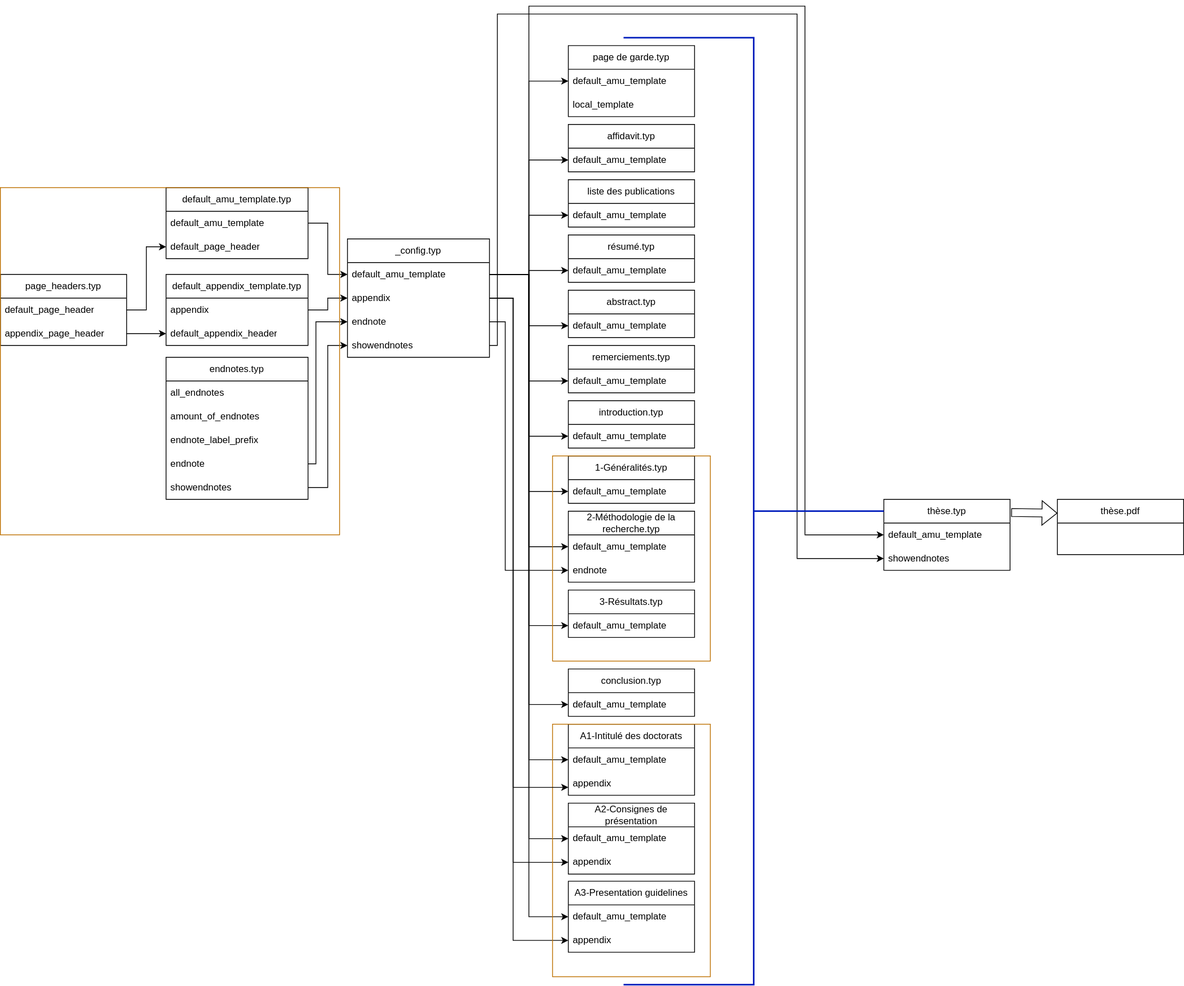
Above: drawio_diagrams/dependancies.drawio.svg in pbag47/typst-modele-these-amu (draw.io), before the change. Source tidied: cells renumbered, new cells last; positions are measured from the earlier drawing's top-left corner, leaving out a move shared by most shapes.
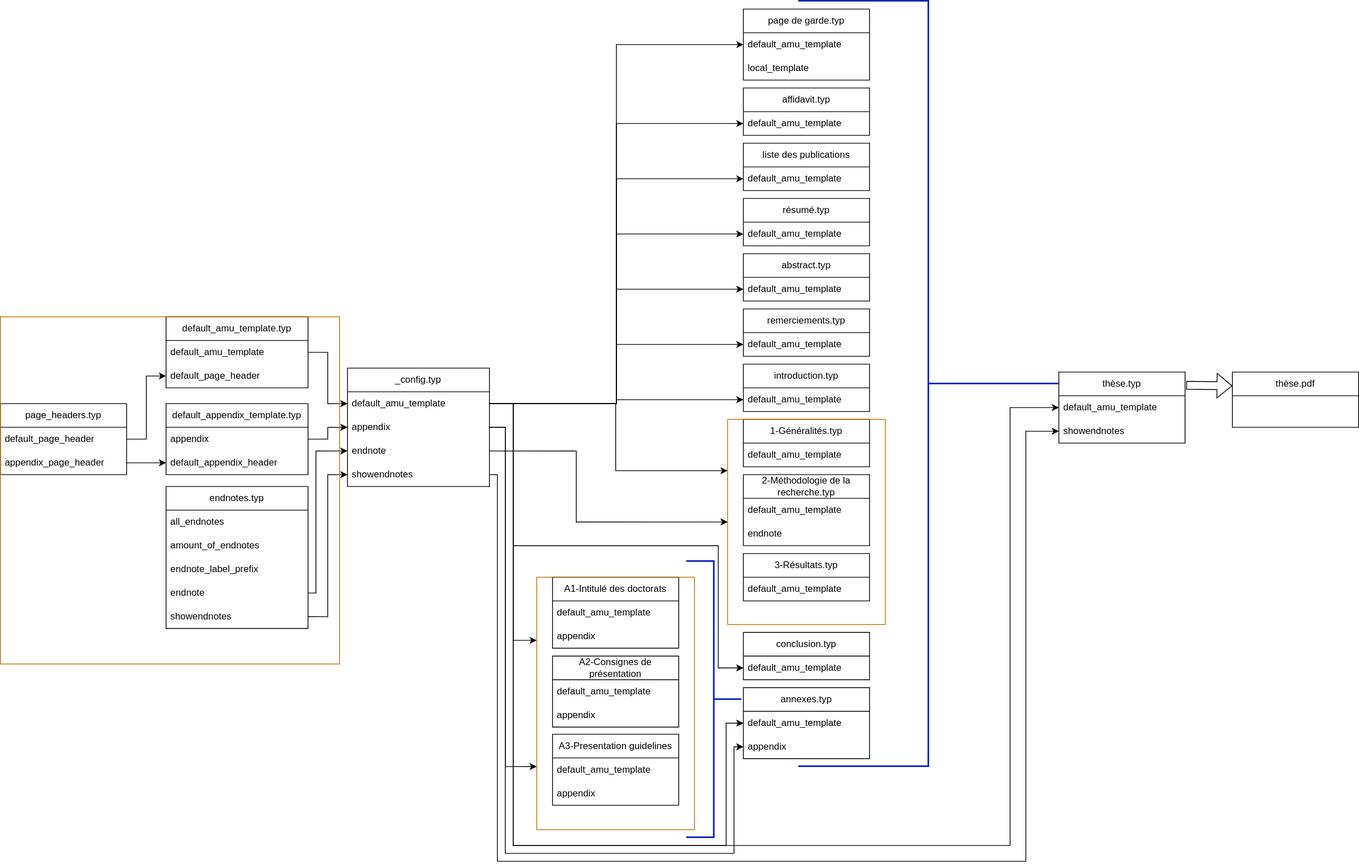
The same file after the commit.

The edit, as a diff of the source:
```diff
@@ -5,3 +5,3 @@
     <mxCell id="2" value="endnotes.typ" style="swimlane;fontStyle=0;horizontal=1;startSize=30;whiteSpace=wrap;html=1;" parent="1" vertex="1">
-      <mxGeometry x="210" y="445" width="180" height="180" as="geometry" />
+      <mxGeometry x="-12" y="655" width="180" height="180" as="geometry" />
     </mxCell>
@@ -23,3 +23,3 @@
     <mxCell id="8" value="default_amu_template.typ" style="swimlane;fontStyle=0;horizontal=1;startSize=30;whiteSpace=wrap;html=1;" parent="1" vertex="1">
-      <mxGeometry x="210" y="230" width="180" height="90" as="geometry" />
+      <mxGeometry x="-12" y="440" width="180" height="90" as="geometry" />
     </mxCell>
@@ -32,3 +32,3 @@
     <mxCell id="11" value="page_headers.typ" style="swimlane;fontStyle=0;horizontal=1;startSize=30;whiteSpace=wrap;html=1;" parent="1" vertex="1">
-      <mxGeometry y="340" width="160" height="90" as="geometry" />
+      <mxGeometry x="-222" y="550" width="160" height="90" as="geometry" />
     </mxCell>
@@ -41,3 +41,3 @@
     <mxCell id="14" value="default_appendix_template.typ" style="swimlane;fontStyle=0;horizontal=1;startSize=30;whiteSpace=wrap;html=1;" parent="1" vertex="1">
-      <mxGeometry x="210" y="340" width="180" height="90" as="geometry" />
+      <mxGeometry x="-12" y="550" width="180" height="90" as="geometry" />
     </mxCell>
@@ -56,3 +56,3 @@
     <mxCell id="19" value="_config.typ" style="swimlane;fontStyle=0;horizontal=1;startSize=30;whiteSpace=wrap;html=1;" parent="1" vertex="1">
-      <mxGeometry x="440" y="295" width="180" height="150" as="geometry" />
+      <mxGeometry x="218" y="505" width="180" height="150" as="geometry" />
     </mxCell>
@@ -85,5 +85,2 @@
     </mxCell>
-    <mxCell id="29" style="edgeStyle=orthogonalEdgeStyle;rounded=0;jettySize=auto;html=1;exitX=1;exitY=0.5;exitDx=0;exitDy=0;entryX=0;entryY=0.5;entryDx=0;entryDy=0;" parent="1" edge="1" source="20" target="27">
-      <mxGeometry relative="1" as="geometry" />
-    </mxCell>
     <mxCell id="30" value="affidavit.typ" style="swimlane;fontStyle=0;horizontal=1;startSize=30;whiteSpace=wrap;html=1;" parent="1" vertex="1">
@@ -152,3 +149,3 @@
     <mxCell id="51" value="A1-Intitulé des doctorats" style="swimlane;fontStyle=0;horizontal=1;startSize=30;whiteSpace=wrap;html=1;" parent="1" vertex="1">
-      <mxGeometry x="720" y="910" width="160" height="90" as="geometry" />
+      <mxGeometry x="478" y="770" width="160" height="90" as="geometry" />
     </mxCell>
@@ -161,3 +158,3 @@
     <mxCell id="54" value="A2-Consignes de présentation" style="swimlane;fontStyle=0;horizontal=1;startSize=30;whiteSpace=wrap;html=1;" parent="1" vertex="1">
-      <mxGeometry x="720" y="1010" width="160" height="90" as="geometry" />
+      <mxGeometry x="478" y="870" width="160" height="90" as="geometry" />
     </mxCell>
@@ -170,3 +167,3 @@
     <mxCell id="57" value="A3-Presentation guidelines" style="swimlane;fontStyle=0;horizontal=1;startSize=30;whiteSpace=wrap;html=1;" parent="1" vertex="1">
-      <mxGeometry x="720" y="1109" width="160" height="90" as="geometry" />
+      <mxGeometry x="478" y="969" width="160" height="90" as="geometry" />
     </mxCell>
@@ -178,82 +175,4 @@
     </mxCell>
-    <mxCell id="60" style="edgeStyle=orthogonalEdgeStyle;rounded=0;jettySize=auto;html=1;exitX=1;exitY=0.5;exitDx=0;exitDy=0;entryX=0;entryY=0.5;entryDx=0;entryDy=0;" parent="1" edge="1" source="20" target="31">
-      <mxGeometry relative="1" as="geometry" />
-    </mxCell>
-    <mxCell id="61" style="edgeStyle=orthogonalEdgeStyle;rounded=0;jettySize=auto;html=1;exitX=1;exitY=0.5;exitDx=0;exitDy=0;entryX=0;entryY=0.5;entryDx=0;entryDy=0;" parent="1" edge="1" source="20" target="33">
-      <mxGeometry relative="1" as="geometry" />
-    </mxCell>
-    <mxCell id="62" style="edgeStyle=orthogonalEdgeStyle;rounded=0;jettySize=auto;html=1;exitX=1;exitY=0.5;exitDx=0;exitDy=0;entryX=0;entryY=0.5;entryDx=0;entryDy=0;" parent="1" edge="1" source="20" target="58">
-      <mxGeometry relative="1" as="geometry">
-        <Array as="points">
-          <mxPoint x="670" y="340" />
-          <mxPoint x="670" y="1154" />
-        </Array>
-      </mxGeometry>
-    </mxCell>
-    <mxCell id="63" style="edgeStyle=orthogonalEdgeStyle;rounded=0;jettySize=auto;html=1;exitX=1;exitY=0.5;exitDx=0;exitDy=0;entryX=0;entryY=0.5;entryDx=0;entryDy=0;" parent="1" edge="1" source="20" target="55">
-      <mxGeometry relative="1" as="geometry">
-        <Array as="points">
-          <mxPoint x="670" y="340" />
-          <mxPoint x="670" y="1055" />
-        </Array>
-      </mxGeometry>
-    </mxCell>
-    <mxCell id="64" style="edgeStyle=orthogonalEdgeStyle;rounded=0;jettySize=auto;html=1;exitX=1;exitY=0.5;exitDx=0;exitDy=0;entryX=0;entryY=0.5;entryDx=0;entryDy=0;" parent="1" edge="1" source="20" target="52">
-      <mxGeometry relative="1" as="geometry">
-        <Array as="points">
-          <mxPoint x="670" y="340" />
-          <mxPoint x="670" y="955" />
-        </Array>
-      </mxGeometry>
-    </mxCell>
-    <mxCell id="65" style="edgeStyle=orthogonalEdgeStyle;rounded=0;jettySize=auto;html=1;exitX=1;exitY=0.5;exitDx=0;exitDy=0;entryX=0;entryY=0.5;entryDx=0;entryDy=0;" parent="1" edge="1" source="20" target="50">
-      <mxGeometry relative="1" as="geometry" />
-    </mxCell>
-    <mxCell id="66" style="edgeStyle=orthogonalEdgeStyle;rounded=0;jettySize=auto;html=1;exitX=1;exitY=0.5;exitDx=0;exitDy=0;entryX=0;entryY=0.5;entryDx=0;entryDy=0;" parent="1" edge="1" source="20" target="48">
-      <mxGeometry relative="1" as="geometry" />
-    </mxCell>
-    <mxCell id="67" style="edgeStyle=orthogonalEdgeStyle;rounded=0;jettySize=auto;html=1;exitX=1;exitY=0.5;exitDx=0;exitDy=0;entryX=0;entryY=0.5;entryDx=0;entryDy=0;" parent="1" edge="1" source="20" target="45">
-      <mxGeometry relative="1" as="geometry" />
-    </mxCell>
-    <mxCell id="68" style="edgeStyle=orthogonalEdgeStyle;rounded=0;jettySize=auto;html=1;exitX=1;exitY=0.5;exitDx=0;exitDy=0;entryX=0;entryY=0.5;entryDx=0;entryDy=0;" parent="1" edge="1" source="20" target="43">
-      <mxGeometry relative="1" as="geometry" />
-    </mxCell>
-    <mxCell id="69" style="edgeStyle=orthogonalEdgeStyle;rounded=0;jettySize=auto;html=1;exitX=1;exitY=0.5;exitDx=0;exitDy=0;entryX=0;entryY=0.5;entryDx=0;entryDy=0;" parent="1" edge="1" source="20" target="41">
-      <mxGeometry relative="1" as="geometry" />
-    </mxCell>
-    <mxCell id="70" style="edgeStyle=orthogonalEdgeStyle;rounded=0;jettySize=auto;html=1;exitX=1;exitY=0.5;exitDx=0;exitDy=0;entryX=0;entryY=0.5;entryDx=0;entryDy=0;" parent="1" edge="1" source="20" target="39">
-      <mxGeometry relative="1" as="geometry" />
-    </mxCell>
-    <mxCell id="71" style="edgeStyle=orthogonalEdgeStyle;rounded=0;jettySize=auto;html=1;exitX=1;exitY=0.5;exitDx=0;exitDy=0;entryX=0;entryY=0.5;entryDx=0;entryDy=0;" parent="1" edge="1" source="20" target="37">
-      <mxGeometry relative="1" as="geometry" />
-    </mxCell>
-    <mxCell id="72" style="edgeStyle=orthogonalEdgeStyle;rounded=0;jettySize=auto;html=1;exitX=1;exitY=0.5;exitDx=0;exitDy=0;entryX=0;entryY=0.5;entryDx=0;entryDy=0;" parent="1" edge="1" source="20" target="35">
-      <mxGeometry relative="1" as="geometry" />
-    </mxCell>
-    <mxCell id="73" style="edgeStyle=orthogonalEdgeStyle;rounded=0;jettySize=auto;html=1;exitX=1;exitY=0.5;exitDx=0;exitDy=0;entryX=0;entryY=0.5;entryDx=0;entryDy=0;" parent="1" edge="1" source="21" target="56">
-      <mxGeometry relative="1" as="geometry">
-        <Array as="points">
-          <mxPoint x="650" y="370" />
-          <mxPoint x="650" y="1085" />
-        </Array>
-      </mxGeometry>
-    </mxCell>
-    <mxCell id="74" style="edgeStyle=orthogonalEdgeStyle;rounded=0;jettySize=auto;html=1;exitX=1;exitY=0.5;exitDx=0;exitDy=0;entryX=0;entryY=0.5;entryDx=0;entryDy=0;" parent="1" edge="1" source="21" target="59">
-      <mxGeometry relative="1" as="geometry">
-        <Array as="points">
-          <mxPoint x="650" y="370" />
-          <mxPoint x="650" y="1184" />
-        </Array>
-      </mxGeometry>
-    </mxCell>
-    <mxCell id="75" style="edgeStyle=orthogonalEdgeStyle;rounded=0;jettySize=auto;html=1;exitX=1;exitY=0.5;exitDx=0;exitDy=0;entryX=0;entryY=0.5;entryDx=0;entryDy=0;" parent="1" edge="1" source="22" target="46">
-      <mxGeometry relative="1" as="geometry">
-        <Array as="points">
-          <mxPoint x="640" y="400" />
-          <mxPoint x="640" y="715" />
-        </Array>
-      </mxGeometry>
-    </mxCell>
     <mxCell id="76" value="thèse.typ" style="swimlane;fontStyle=0;horizontal=1;startSize=30;whiteSpace=wrap;html=1;" parent="1" vertex="1">
-      <mxGeometry x="1120" y="625" width="160" height="90" as="geometry" />
+      <mxGeometry x="1120" y="510" width="160" height="90" as="geometry" />
     </mxCell>
@@ -265,22 +184,2 @@
     </mxCell>
-    <mxCell id="79" style="edgeStyle=orthogonalEdgeStyle;rounded=0;jettySize=auto;html=1;exitX=1;exitY=0.5;exitDx=0;exitDy=0;entryX=0;entryY=0.5;entryDx=0;entryDy=0;" parent="1" edge="1" source="20" target="77">
-      <mxGeometry relative="1" as="geometry">
-        <Array as="points">
-          <mxPoint x="670" y="340" />
-          <mxPoint x="670" />
-          <mxPoint x="1020" />
-          <mxPoint x="1020" y="670" />
-        </Array>
-      </mxGeometry>
-    </mxCell>
-    <mxCell id="80" style="edgeStyle=orthogonalEdgeStyle;rounded=0;jettySize=auto;html=1;entryX=0;entryY=0.5;entryDx=0;entryDy=0;" parent="1" edge="1" source="23" target="78">
-      <mxGeometry relative="1" as="geometry">
-        <Array as="points">
-          <mxPoint x="630" y="430" />
-          <mxPoint x="630" y="10" />
-          <mxPoint x="1010" y="10" />
-          <mxPoint x="1010" y="700" />
-        </Array>
-      </mxGeometry>
-    </mxCell>
     <mxCell id="81" style="shape=flexArrow;endArrow=classic;html=1;rounded=0;exitX=1.009;exitY=0.186;exitDx=0;exitDy=0;exitPerimeter=0;entryX=0;entryY=0.25;entryDx=0;entryDy=0;" parent="1" edge="1" source="76" target="82">
@@ -289,6 +188,6 @@
     <mxCell id="82" value="thèse.pdf" style="swimlane;fontStyle=0;horizontal=1;startSize=30;whiteSpace=wrap;html=1;" parent="1" vertex="1">
-      <mxGeometry x="1340" y="625" width="160" height="70" as="geometry" />
+      <mxGeometry x="1340" y="510" width="160" height="70" as="geometry" />
     </mxCell>
     <mxCell id="83" style="strokeWidth=2;html=1;shape=mxgraph.flowchart.annotation_2;align=left;labelPosition=right;rotation=-180;fillColor=#0050ef;fontColor=#ffffff;strokeColor=#001DBC;" parent="1" vertex="1">
-      <mxGeometry x="790" y="40" width="330" height="1200" as="geometry" />
+      <mxGeometry x="790" y="40" width="330" height="970" as="geometry" />
     </mxCell>
@@ -297,4 +196,4 @@
         <Array as="points">
-          <mxPoint x="400" y="580" />
-          <mxPoint x="400" y="400" />
+          <mxPoint x="178" y="790" />
+          <mxPoint x="178" y="610" />
         </Array>
@@ -306,6 +205,6 @@
     <mxCell id="86" value="&lt;p&gt;&lt;b&gt;&lt;font style=&quot;color: rgb(255, 255, 255);&quot;&gt;Dossier &quot;templates&quot;&lt;/font&gt;&lt;/b&gt;&lt;/p&gt;" style="rounded=0;whiteSpace=wrap;html=1;fillColor=none;fontColor=#000000;strokeColor=#BD7000;verticalAlign=bottom;" parent="1" vertex="1">
-      <mxGeometry y="230" width="430" height="440" as="geometry" />
+      <mxGeometry x="-222" y="440" width="430" height="440" as="geometry" />
     </mxCell>
     <mxCell id="87" value="&lt;font style=&quot;color: rgb(255, 255, 255);&quot;&gt;&lt;b&gt;Dossier &quot;Annexes&quot;&lt;/b&gt;&lt;/font&gt;" style="rounded=0;whiteSpace=wrap;html=1;fillColor=none;fontColor=#000000;strokeColor=#BD7000;align=center;verticalAlign=bottom;fontFamily=Helvetica;fontSize=12;" parent="1" vertex="1">
-      <mxGeometry x="700" y="910" width="200" height="320" as="geometry" />
+      <mxGeometry x="458" y="770" width="200" height="320" as="geometry" />
     </mxCell>
@@ -314,7 +213,22 @@
     </mxCell>
+    <mxCell id="90" style="strokeWidth=2;html=1;shape=mxgraph.flowchart.annotation_2;align=left;labelPosition=right;rotation=-180;fillColor=#0050ef;fontColor=#ffffff;strokeColor=#001DBC;" parent="1" vertex="1">
+      <mxGeometry x="648" y="750" width="70" height="350" as="geometry" />
+    </mxCell>
+    <mxCell id="91" value="annexes.typ" style="swimlane;fontStyle=0;horizontal=1;startSize=30;whiteSpace=wrap;html=1;" parent="1" vertex="1">
+      <mxGeometry x="720" y="910" width="160" height="90" as="geometry" />
+    </mxCell>
+    <mxCell id="92" value="default_amu_template" style="text;strokeColor=none;fillColor=none;align=left;verticalAlign=middle;spacingLeft=4;spacingRight=4;overflow=hidden;points=[[0,0.5],[1,0.5]];portConstraint=eastwest;whiteSpace=wrap;html=1;" parent="91" vertex="1">
+      <mxGeometry y="30" width="160" height="30" as="geometry" />
+    </mxCell>
+    <mxCell id="93" value="appendix" style="text;strokeColor=none;fillColor=none;align=left;verticalAlign=middle;spacingLeft=4;spacingRight=4;overflow=hidden;points=[[0,0.5],[1,0.5]];portConstraint=eastwest;whiteSpace=wrap;html=1;" parent="91" vertex="1">
+      <mxGeometry y="60" width="160" height="30" as="geometry" />
+    </mxCell>
+    <mxCell id="94" style="edgeStyle=orthogonalEdgeStyle;rounded=0;jettySize=auto;html=1;exitX=1;exitY=0.5;exitDx=0;exitDy=0;entryX=0;entryY=0.25;entryDx=0;entryDy=0;" parent="1" edge="1" source="20" target="87">
+      <mxGeometry relative="1" as="geometry" />
+    </mxCell>
-    <mxCell id="89" style="edgeStyle=orthogonalEdgeStyle;rounded=0;jettySize=auto;html=1;exitX=1;exitY=0.5;exitDx=0;exitDy=0;entryX=0.1;entryY=0.25;entryDx=0;entryDy=0;entryPerimeter=0;" parent="1" edge="1" source="21" target="87">
+    <mxCell id="89" style="edgeStyle=orthogonalEdgeStyle;rounded=0;jettySize=auto;html=1;exitX=1;exitY=0.5;exitDx=0;exitDy=0;entryX=0;entryY=0.75;entryDx=0;entryDy=0;" parent="1" edge="1" source="21" target="87">
       <mxGeometry relative="1" as="geometry">
         <Array as="points">
-          <mxPoint x="650" y="370" />
-          <mxPoint x="650" y="990" />
+          <mxPoint x="418" y="580" />
+          <mxPoint x="418" y="1010" />
         </Array>
@@ -322,2 +236,89 @@
     </mxCell>
+    <mxCell id="95" style="edgeStyle=orthogonalEdgeStyle;rounded=0;jettySize=auto;html=1;exitX=1;exitY=0.5;exitDx=0;exitDy=0;entryX=0;entryY=0.25;entryDx=0;entryDy=0;" parent="1" edge="1" source="20" target="88">
+      <mxGeometry relative="1" as="geometry">
+        <Array as="points">
+          <mxPoint x="558" y="550" />
+          <mxPoint x="558" y="635" />
+        </Array>
+      </mxGeometry>
+    </mxCell>
+    <mxCell id="96" style="edgeStyle=orthogonalEdgeStyle;rounded=0;jettySize=auto;html=1;exitX=1;exitY=0.5;exitDx=0;exitDy=0;entryX=0;entryY=0.5;entryDx=0;entryDy=0;" parent="1" edge="1" source="22" target="88">
+      <mxGeometry relative="1" as="geometry">
+        <Array as="points">
+          <mxPoint x="508" y="610" />
+          <mxPoint x="508" y="700" />
+        </Array>
+      </mxGeometry>
+    </mxCell>
+    <mxCell id="97" style="edgeStyle=orthogonalEdgeStyle;rounded=0;jettySize=auto;html=1;exitX=1;exitY=0.5;exitDx=0;exitDy=0;" parent="1" edge="1" source="21" target="93">
+      <mxGeometry relative="1" as="geometry">
+        <Array as="points">
+          <mxPoint x="418" y="580" />
+          <mxPoint x="418" y="1120" />
+          <mxPoint x="708" y="1120" />
+          <mxPoint x="708" y="985" />
+        </Array>
+      </mxGeometry>
+    </mxCell>
+    <mxCell id="98" style="edgeStyle=orthogonalEdgeStyle;rounded=0;jettySize=auto;html=1;exitX=1;exitY=0.5;exitDx=0;exitDy=0;" parent="1" edge="1" source="20" target="92">
+      <mxGeometry relative="1" as="geometry">
+        <Array as="points">
+          <mxPoint x="428" y="550" />
+          <mxPoint x="428" y="1110" />
+          <mxPoint x="698" y="1110" />
+          <mxPoint x="698" y="955" />
+        </Array>
+      </mxGeometry>
+    </mxCell>
+    <mxCell id="80" style="edgeStyle=orthogonalEdgeStyle;rounded=0;jettySize=auto;html=1;exitX=1;exitY=0.5;exitDx=0;exitDy=0;" parent="1" edge="1" source="23" target="78">
+      <mxGeometry relative="1" as="geometry">
+        <Array as="points">
+          <mxPoint x="408" y="640" />
+          <mxPoint x="408" y="1130" />
+          <mxPoint x="1078" y="1130" />
+          <mxPoint x="1078" y="585" />
+        </Array>
+      </mxGeometry>
+    </mxCell>
+    <mxCell id="79" style="edgeStyle=orthogonalEdgeStyle;rounded=0;jettySize=auto;html=1;exitX=1;exitY=0.5;exitDx=0;exitDy=0;" parent="1" edge="1" source="20" target="77">
+      <mxGeometry relative="1" as="geometry">
+        <Array as="points">
+          <mxPoint x="428" y="550" />
+          <mxPoint x="428" y="1110" />
+          <mxPoint x="1058" y="1110" />
+          <mxPoint x="1058" y="555" />
+        </Array>
+      </mxGeometry>
+    </mxCell>
+    <mxCell id="65" style="edgeStyle=orthogonalEdgeStyle;rounded=0;jettySize=auto;html=1;exitX=1;exitY=0.5;exitDx=0;exitDy=0;" parent="1" edge="1" source="20" target="50">
+      <mxGeometry relative="1" as="geometry">
+        <Array as="points">
+          <mxPoint x="428" y="550" />
+          <mxPoint x="428" y="730" />
+          <mxPoint x="688" y="730" />
+          <mxPoint x="688" y="885" />
+        </Array>
+      </mxGeometry>
+    </mxCell>
+    <mxCell id="69" style="edgeStyle=orthogonalEdgeStyle;rounded=0;jettySize=auto;html=1;exitX=1;exitY=0.5;exitDx=0;exitDy=0;entryX=0;entryY=0.5;entryDx=0;entryDy=0;" parent="1" edge="1" source="20" target="41">
+      <mxGeometry relative="1" as="geometry" />
+    </mxCell>
+    <mxCell id="70" style="edgeStyle=orthogonalEdgeStyle;rounded=0;jettySize=auto;html=1;exitX=1;exitY=0.5;exitDx=0;exitDy=0;entryX=0;entryY=0.5;entryDx=0;entryDy=0;" parent="1" edge="1" source="20" target="39">
+      <mxGeometry relative="1" as="geometry" />
+    </mxCell>
+    <mxCell id="71" style="edgeStyle=orthogonalEdgeStyle;rounded=0;jettySize=auto;html=1;exitX=1;exitY=0.5;exitDx=0;exitDy=0;entryX=0;entryY=0.5;entryDx=0;entryDy=0;" parent="1" edge="1" source="20" target="37">
+      <mxGeometry relative="1" as="geometry" />
+    </mxCell>
+    <mxCell id="72" style="edgeStyle=orthogonalEdgeStyle;rounded=0;jettySize=auto;html=1;exitX=1;exitY=0.5;exitDx=0;exitDy=0;entryX=0;entryY=0.5;entryDx=0;entryDy=0;" parent="1" edge="1" source="20" target="35">
+      <mxGeometry relative="1" as="geometry" />
+    </mxCell>
+    <mxCell id="61" style="edgeStyle=orthogonalEdgeStyle;rounded=0;jettySize=auto;html=1;exitX=1;exitY=0.5;exitDx=0;exitDy=0;entryX=0;entryY=0.5;entryDx=0;entryDy=0;" parent="1" edge="1" source="20" target="33">
+      <mxGeometry relative="1" as="geometry" />
+    </mxCell>
+    <mxCell id="60" style="edgeStyle=orthogonalEdgeStyle;rounded=0;jettySize=auto;html=1;exitX=1;exitY=0.5;exitDx=0;exitDy=0;entryX=0;entryY=0.5;entryDx=0;entryDy=0;" parent="1" edge="1" source="20" target="31">
+      <mxGeometry relative="1" as="geometry" />
+    </mxCell>
+    <mxCell id="29" style="edgeStyle=orthogonalEdgeStyle;rounded=0;jettySize=auto;html=1;exitX=1;exitY=0.5;exitDx=0;exitDy=0;" parent="1" edge="1" source="20" target="27">
+      <mxGeometry relative="1" as="geometry" />
+    </mxCell>
   </root>
```
